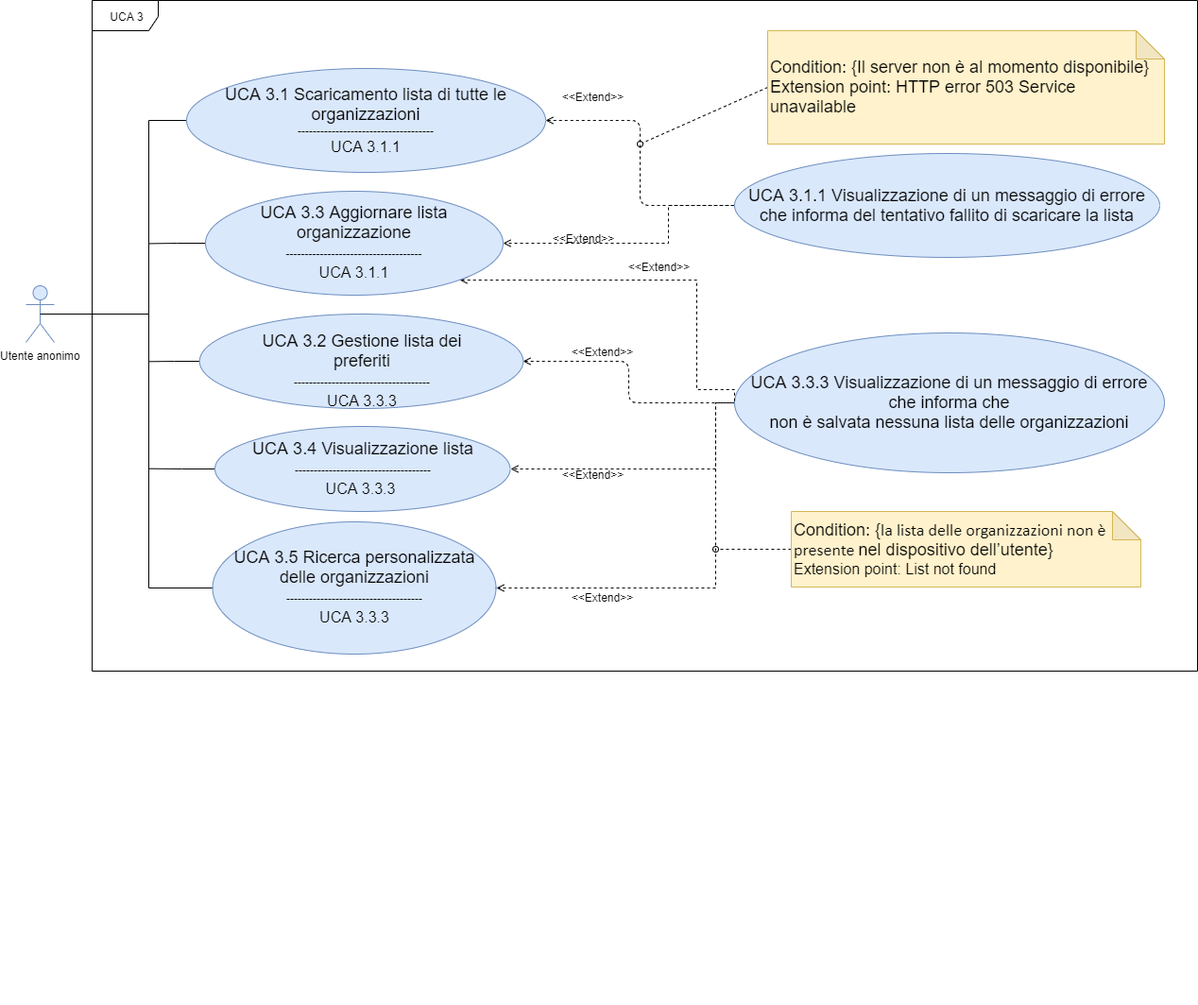
Earlier version of the draw.io export DocumentazioneEsterna/AnalisiRequisiti/sezioni/UseCase/Immagini/UCA3.png (qb-team/Stalker-Documentazione). Source tidied: cells renumbered, new cells last; positions are measured from the earlier drawing's top-left corner, leaving out a move shared by most shapes.
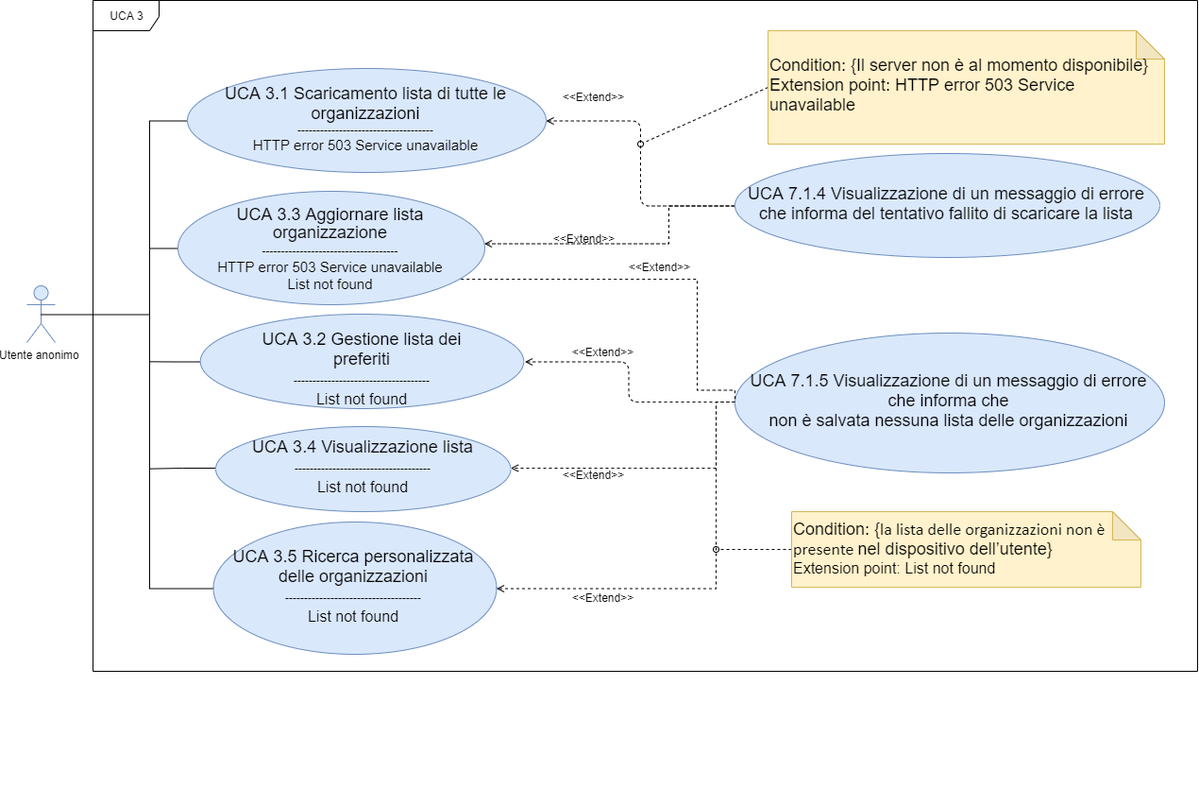
Later version of the same file.

Change to the diagram source:
```diff
@@ -16,7 +16,7 @@
         </Array>
       </mxGeometry>
     </mxCell>
-    <mxCell id="5" value="&lt;font&gt;&lt;span style=&quot;font-size: 18px&quot;&gt;UCA 3.1 Scaricamento lista di tutte le organizzazioni&lt;/span&gt;&lt;br&gt;&lt;font style=&quot;font-size: 12px&quot;&gt;------------------------------------&lt;br&gt;&lt;/font&gt;&lt;/font&gt;&lt;font size=&quot;3&quot;&gt;UCA 3.1.1&lt;/font&gt;" style="ellipse;whiteSpace=wrap;html=1;fillColor=#dae8fc;strokeColor=#6c8ebf;" parent="1" vertex="1">
+    <mxCell id="5" value="&lt;font&gt;&lt;span style=&quot;font-size: 18px&quot;&gt;UCA 3.1 Scaricamento lista di tutte le organizzazioni&lt;/span&gt;&lt;br&gt;&lt;font style=&quot;font-size: 12px&quot;&gt;------------------------------------&lt;br&gt;&lt;/font&gt;&lt;/font&gt;&lt;span style=&quot;text-align: left&quot;&gt;&lt;font style=&quot;font-size: 15px&quot;&gt;HTTP error 503 Service unavailable&lt;/font&gt;&lt;/span&gt;" style="ellipse;whiteSpace=wrap;html=1;fillColor=#dae8fc;strokeColor=#6c8ebf;" parent="1" vertex="1">
       <mxGeometry x="170" y="72" width="380" height="110" as="geometry" />
     </mxCell>
     <mxCell id="6" style="edgeStyle=orthogonalEdgeStyle;rounded=0;jettySize=auto;html=1;exitX=0;exitY=0.5;exitDx=0;exitDy=0;dashed=1;endArrow=open;endFill=0;startArrow=none;startFill=0;" parent="1" edge="1" source="7" target="15">
@@ -27,7 +27,7 @@
         </Array>
       </mxGeometry>
     </mxCell>
-    <mxCell id="7" value="&lt;font style=&quot;font-size: 18px&quot;&gt;UCA 3.1.1 Visualizzazione di un messaggio di errore che informa del tentativo fallito di scaricare la lista&lt;/font&gt;" style="ellipse;whiteSpace=wrap;html=1;fillColor=#dae8fc;strokeColor=#6c8ebf;" parent="1" vertex="1">
+    <mxCell id="7" value="&lt;font style=&quot;font-size: 18px&quot;&gt;UCA 7.1.4 Visualizzazione di un messaggio di errore che informa del tentativo fallito di scaricare la lista&lt;/font&gt;" style="ellipse;whiteSpace=wrap;html=1;fillColor=#dae8fc;strokeColor=#6c8ebf;" parent="1" vertex="1">
       <mxGeometry x="750" y="162" width="450" height="110" as="geometry" />
     </mxCell>
     <mxCell id="8" style="edgeStyle=orthogonalEdgeStyle;rounded=0;jettySize=auto;html=1;exitX=0;exitY=0.5;exitDx=0;exitDy=0;entryX=1;entryY=0.5;entryDx=0;entryDy=0;dashed=1;endArrow=open;endFill=0;startArrow=none;startFill=0;" parent="1" edge="1" source="10" target="17">
@@ -46,7 +46,7 @@
         </Array>
       </mxGeometry>
     </mxCell>
-    <mxCell id="10" value="&lt;font style=&quot;font-size: 18px&quot;&gt;UCA 3.3.3 Visualizzazione di un messaggio di errore che informa che&lt;br style=&quot;box-sizing: content-box ; padding: 0px ; margin: 0px&quot;&gt;non è salvata nessuna lista delle organizzazioni&lt;/font&gt;" style="ellipse;whiteSpace=wrap;html=1;fillColor=#dae8fc;strokeColor=#6c8ebf;" parent="1" vertex="1">
+    <mxCell id="10" value="&lt;font style=&quot;font-size: 18px&quot;&gt;UCA 7.1.5 Visualizzazione di un messaggio di errore che informa che&lt;br style=&quot;box-sizing: content-box ; padding: 0px ; margin: 0px&quot;&gt;non è salvata nessuna lista delle organizzazioni&lt;/font&gt;" style="ellipse;whiteSpace=wrap;html=1;fillColor=#dae8fc;strokeColor=#6c8ebf;" parent="1" vertex="1">
       <mxGeometry x="750" y="352" width="455" height="148" as="geometry" />
     </mxCell>
     <mxCell id="11" style="edgeStyle=orthogonalEdgeStyle;rounded=0;jettySize=auto;html=1;exitX=0;exitY=0.5;exitDx=0;exitDy=0;startArrow=none;startFill=0;endArrow=none;endFill=0;" parent="1" edge="1" source="12">
@@ -54,7 +54,7 @@
         <mxPoint x="130" y="382.3" as="targetPoint" />
       </mxGeometry>
     </mxCell>
-    <mxCell id="12" value="&lt;font style=&quot;font-size: 18px&quot;&gt;UCA 3.2 Gestione lista dei preferiti&lt;br&gt;&lt;font style=&quot;font-size: 12px&quot;&gt;------------------------------------&lt;br&gt;&lt;/font&gt;&lt;font size=&quot;3&quot;&gt;UCA 3.3.3&lt;/font&gt;&lt;br&gt;&lt;/font&gt;" style="ellipse;whiteSpace=wrap;html=1;fillColor=#dae8fc;strokeColor=#6c8ebf;" parent="1" vertex="1">
+    <mxCell id="12" value="&lt;font style=&quot;font-size: 18px&quot;&gt;UCA 3.2 Gestione lista dei preferiti&lt;br&gt;&lt;font style=&quot;font-size: 12px&quot;&gt;------------------------------------&lt;br&gt;&lt;/font&gt;&lt;span style=&quot;font-size: medium ; text-align: left&quot;&gt;List not found&lt;/span&gt;&lt;br&gt;&lt;/font&gt;" style="ellipse;whiteSpace=wrap;html=1;fillColor=#dae8fc;strokeColor=#6c8ebf;" parent="1" vertex="1">
       <mxGeometry x="183.8" y="332" width="342.5" height="100" as="geometry" />
     </mxCell>
     <mxCell id="13" style="edgeStyle=orthogonalEdgeStyle;rounded=0;jettySize=auto;html=1;exitX=0;exitY=0.5;exitDx=0;exitDy=0;startArrow=none;startFill=0;endArrow=none;endFill=0;" parent="1" edge="1" source="15">
@@ -71,15 +71,15 @@
         </Array>
       </mxGeometry>
     </mxCell>
-    <mxCell id="15" value="&lt;font style=&quot;font-size: 18px&quot;&gt;UCA 3.3 Aggiornare lista organizzazione&lt;br&gt;&lt;font style=&quot;font-size: 12px&quot;&gt;------------------------------------&lt;br&gt;&lt;/font&gt;&lt;font size=&quot;3&quot;&gt;UCA 3.1.1&lt;/font&gt;&lt;br&gt;&lt;/font&gt;" style="ellipse;whiteSpace=wrap;html=1;fillColor=#dae8fc;strokeColor=#6c8ebf;" parent="1" vertex="1">
-      <mxGeometry x="190" y="202" width="315" height="110" as="geometry" />
+    <mxCell id="15" value="&lt;font style=&quot;font-size: 15px&quot;&gt;&lt;span style=&quot;font-size: 18px ; line-height: 100%&quot;&gt;&lt;br&gt;UCA 3.3 Aggiornare lista organizzazione&lt;/span&gt;&lt;br&gt;&lt;font style=&quot;font-size: 12px&quot;&gt;------------------------------------&lt;br&gt;&lt;/font&gt;&lt;span style=&quot;text-align: left&quot;&gt;&lt;font style=&quot;font-size: 15px&quot;&gt;HTTP&lt;/font&gt;&lt;span&gt; error 503 Service unavailable&lt;/span&gt;&lt;br&gt;&lt;/span&gt;&lt;span style=&quot;text-align: left&quot;&gt;List not found&lt;/span&gt;&lt;span style=&quot;text-align: left&quot;&gt;&lt;br&gt;&lt;/span&gt;&lt;br&gt;&lt;/font&gt;" style="ellipse;whiteSpace=wrap;html=1;fillColor=#dae8fc;strokeColor=#6c8ebf;" parent="1" vertex="1">
+      <mxGeometry x="160" y="202" width="325" height="120" as="geometry" />
     </mxCell>
     <mxCell id="16" style="edgeStyle=orthogonalEdgeStyle;rounded=0;jettySize=auto;html=1;exitX=0;exitY=0.5;exitDx=0;exitDy=0;startArrow=none;startFill=0;endArrow=none;endFill=0;" parent="1" edge="1" source="17">
       <mxGeometry relative="1" as="geometry">
         <mxPoint x="130" y="495.7" as="targetPoint" />
       </mxGeometry>
     </mxCell>
-    <mxCell id="17" value="&lt;font style=&quot;font-size: 18px&quot;&gt;UCA 3.4 Visualizzazione lista&lt;br&gt;&lt;font style=&quot;font-size: 12px&quot;&gt;------------------------------------&lt;br&gt;&lt;/font&gt;&lt;font size=&quot;3&quot;&gt;UCA 3.3.3&lt;/font&gt;&amp;nbsp;&lt;/font&gt;" style="ellipse;whiteSpace=wrap;html=1;fillColor=#dae8fc;strokeColor=#6c8ebf;" parent="1" vertex="1">
+    <mxCell id="17" value="&lt;font style=&quot;font-size: 18px&quot;&gt;UCA 3.4 Visualizzazione lista&lt;br&gt;&lt;font style=&quot;font-size: 12px&quot;&gt;------------------------------------&lt;br&gt;&lt;/font&gt;&lt;span style=&quot;font-size: medium ; text-align: left&quot;&gt;List not found&lt;/span&gt;&lt;br&gt;&lt;/font&gt;" style="ellipse;whiteSpace=wrap;html=1;fillColor=#dae8fc;strokeColor=#6c8ebf;" parent="1" vertex="1">
       <mxGeometry x="200" y="451" width="312.5" height="90" as="geometry" />
     </mxCell>
     <mxCell id="18" style="edgeStyle=orthogonalEdgeStyle;rounded=0;jettySize=auto;html=1;exitX=0;exitY=0.5;exitDx=0;exitDy=0;startArrow=none;startFill=0;endArrow=none;endFill=0;" parent="1" edge="1" source="19">
@@ -90,7 +90,7 @@
         </Array>
       </mxGeometry>
     </mxCell>
-    <mxCell id="19" value="&lt;font style=&quot;font-size: 18px&quot;&gt;UCA 3.5&amp;nbsp;Ricerca personalizzata delle organizzazioni&lt;br&gt;&lt;font style=&quot;font-size: 12px&quot;&gt;------------------------------------&lt;br&gt;&lt;/font&gt;&lt;font size=&quot;3&quot;&gt;UCA 3.3.3&lt;/font&gt;&lt;br&gt;&lt;/font&gt;" style="ellipse;whiteSpace=wrap;html=1;fillColor=#dae8fc;strokeColor=#6c8ebf;" parent="1" vertex="1">
+    <mxCell id="19" value="&lt;font style=&quot;font-size: 18px&quot;&gt;UCA 3.5&amp;nbsp;Ricerca personalizzata delle organizzazioni&lt;br&gt;&lt;font style=&quot;font-size: 12px&quot;&gt;------------------------------------&lt;br&gt;&lt;/font&gt;&lt;span style=&quot;font-size: medium ; text-align: left&quot;&gt;List not found&lt;/span&gt;&lt;br&gt;&lt;/font&gt;" style="ellipse;whiteSpace=wrap;html=1;fillColor=#dae8fc;strokeColor=#6c8ebf;" parent="1" vertex="1">
       <mxGeometry x="197.5" y="552" width="300" height="140" as="geometry" />
     </mxCell>
     <mxCell id="20" style="rounded=0;jettySize=auto;html=1;exitX=0;exitY=0.5;exitDx=0;exitDy=0;exitPerimeter=0;endArrow=oval;endFill=0;dashed=1;" parent="1" edge="1" source="21">
@@ -117,8 +117,8 @@
     </mxCell>
     <mxCell id="26" style="edgeStyle=orthogonalEdgeStyle;rounded=0;orthogonalLoop=1;jettySize=auto;html=1;exitX=0.5;exitY=1;exitDx=0;exitDy=0;dashed=1;endArrow=none;endFill=0;" parent="1" edge="1">
       <mxGeometry relative="1" as="geometry">
-        <mxPoint x="695" y="1062" as="sourcePoint" />
-        <mxPoint x="695" y="1062" as="targetPoint" />
+        <mxPoint x="535" y="830" as="sourcePoint" />
+        <mxPoint x="535" y="830" as="targetPoint" />
       </mxGeometry>
     </mxCell>
     <mxCell id="27" value="&amp;lt;&amp;lt;Extend&amp;gt;&amp;gt;" style="text;html=1;strokeColor=none;fillColor=none;align=center;verticalAlign=middle;whiteSpace=wrap;rounded=0;" parent="1" vertex="1">
```
